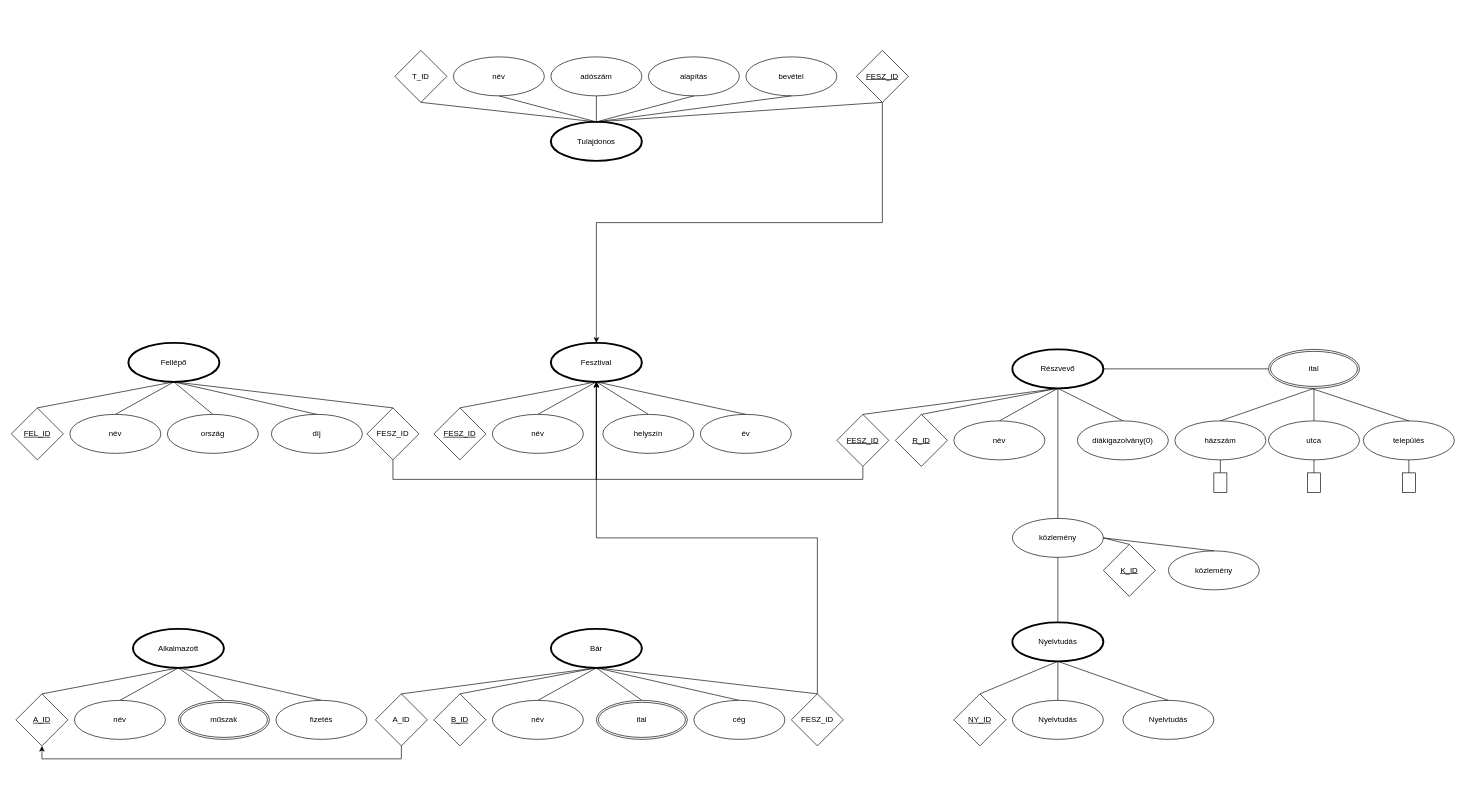
Before: JJL4WE_1018/fesztival_JJL4WE.drawio in hauerattilaarpad/JJL4WE_XMLGyak, a draw.io diagram. Source tidied: cells renumbered, new cells numbered last; positions are measured from the earlier drawing's top-left corner, leaving out a move shared by most shapes. Both pictures are drawn from the tidied source at 65%, with x=0, y=0 at pixel (11, 50).
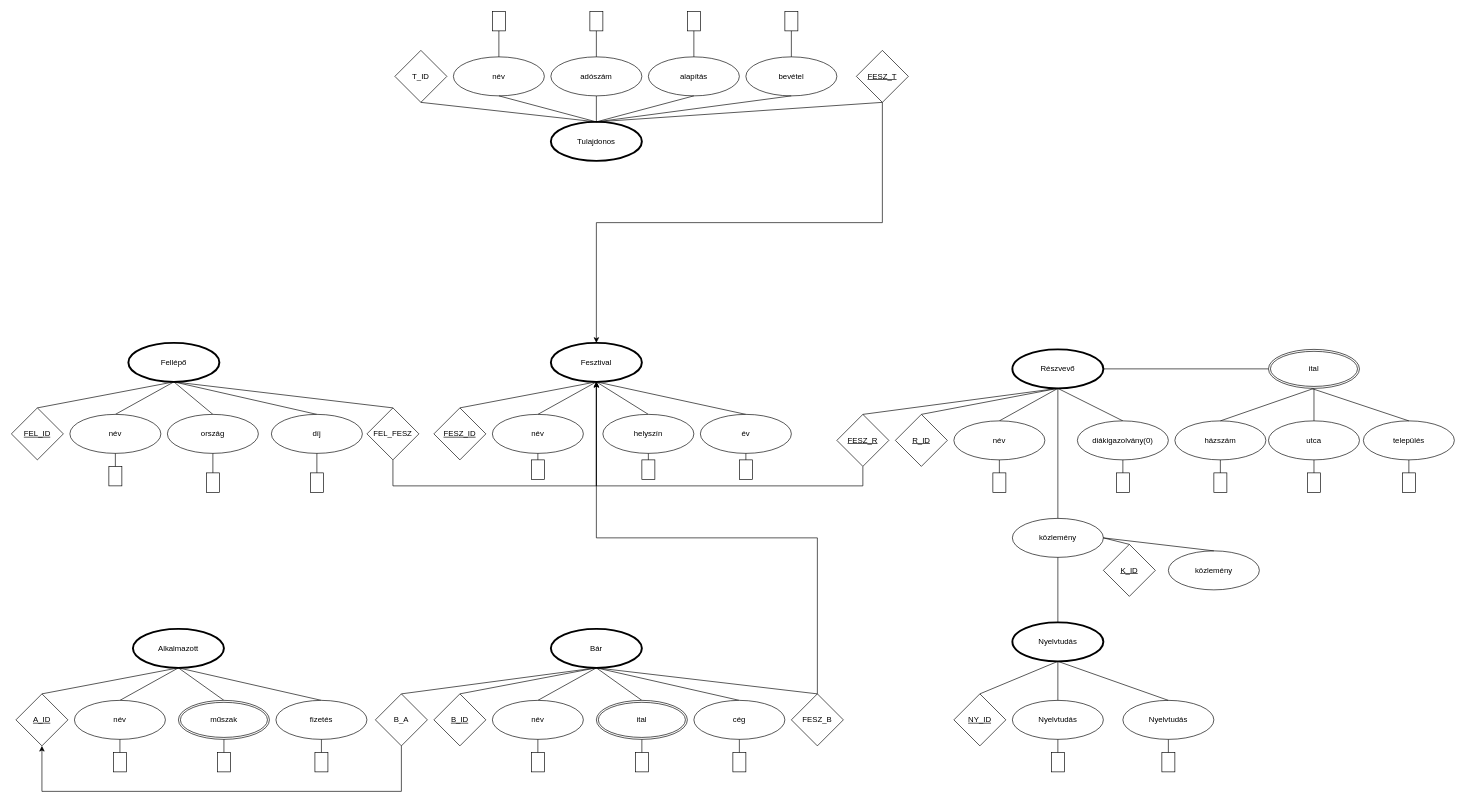
After the change.

Unchanged cells that the change refers to:
```xml
<mxCell id="2" value="Fesztival" style="ellipse;whiteSpace=wrap;html=1;perimeterSpacing=0;strokeWidth=3;" parent="1" vertex="1">
  <mxGeometry x="830" y="450" width="140" height="60" as="geometry" />
</mxCell>
<mxCell id="8" value="név" style="ellipse;whiteSpace=wrap;html=1;" parent="1" vertex="1">
  <mxGeometry x="740" y="560" width="140" height="60" as="geometry" />
</mxCell>
<mxCell id="9" value="helyszín" style="ellipse;whiteSpace=wrap;html=1;" parent="1" vertex="1">
  <mxGeometry x="910" y="560" width="140" height="60" as="geometry" />
</mxCell>
<mxCell id="10" value="év" style="ellipse;whiteSpace=wrap;html=1;" parent="1" vertex="1">
  <mxGeometry x="1060" y="560" width="140" height="60" as="geometry" />
</mxCell>
<mxCell id="17" value="név" style="ellipse;whiteSpace=wrap;html=1;" parent="1" vertex="1">
  <mxGeometry x="90" y="560" width="140" height="60" as="geometry" />
</mxCell>
<mxCell id="18" value="ország" style="ellipse;whiteSpace=wrap;html=1;" parent="1" vertex="1">
  <mxGeometry x="240" y="560" width="140" height="60" as="geometry" />
</mxCell>
<mxCell id="19" value="díj" style="ellipse;whiteSpace=wrap;html=1;" parent="1" vertex="1">
  <mxGeometry x="400" y="560" width="140" height="60" as="geometry" />
</mxCell>
<mxCell id="23" value="név" style="ellipse;whiteSpace=wrap;html=1;" parent="1" vertex="1">
  <mxGeometry x="680" y="10" width="140" height="60" as="geometry" />
</mxCell>
<mxCell id="25" value="adószám" style="ellipse;whiteSpace=wrap;html=1;" parent="1" vertex="1">
  <mxGeometry x="830" y="10" width="140" height="60" as="geometry" />
</mxCell>
<mxCell id="26" value="alapítás" style="ellipse;whiteSpace=wrap;html=1;" parent="1" vertex="1">
  <mxGeometry x="980" y="10" width="140" height="60" as="geometry" />
</mxCell>
<mxCell id="27" value="bevétel" style="ellipse;whiteSpace=wrap;html=1;" parent="1" vertex="1">
  <mxGeometry x="1130" y="10" width="140" height="60" as="geometry" />
</mxCell>
<mxCell id="38" value="név" style="ellipse;whiteSpace=wrap;html=1;" parent="1" vertex="1">
  <mxGeometry x="740" y="1000" width="140" height="60" as="geometry" />
</mxCell>
<mxCell id="39" value="cég" style="ellipse;whiteSpace=wrap;html=1;" parent="1" vertex="1">
  <mxGeometry x="1050" y="1000" width="140" height="60" as="geometry" />
</mxCell>
<mxCell id="40" value="ital" style="ellipse;shape=doubleEllipse;margin=3;whiteSpace=wrap;html=1;align=center;" parent="1" vertex="1">
  <mxGeometry x="900" y="1000" width="140" height="60" as="geometry" />
</mxCell>
<mxCell id="46" value="&lt;u&gt;A_ID&lt;/u&gt;" style="rhombus;whiteSpace=wrap;html=1;" parent="1" vertex="1">
  <mxGeometry x="7" y="990" width="80" height="80" as="geometry" />
</mxCell>
<mxCell id="47" value="név" style="ellipse;whiteSpace=wrap;html=1;" parent="1" vertex="1">
  <mxGeometry x="97" y="1000" width="140" height="60" as="geometry" />
</mxCell>
<mxCell id="48" value="fizetés" style="ellipse;whiteSpace=wrap;html=1;" parent="1" vertex="1">
  <mxGeometry x="407" y="1000" width="140" height="60" as="geometry" />
</mxCell>
<mxCell id="49" value="műszak" style="ellipse;shape=doubleEllipse;margin=3;whiteSpace=wrap;html=1;align=center;" parent="1" vertex="1">
  <mxGeometry x="257" y="1000" width="140" height="60" as="geometry" />
</mxCell>
<mxCell id="56" value="név" style="ellipse;whiteSpace=wrap;html=1;" parent="1" vertex="1">
  <mxGeometry x="1450" y="570" width="140" height="60" as="geometry" />
</mxCell>
<mxCell id="57" value="diákigazolvány(0)" style="ellipse;whiteSpace=wrap;html=1;" parent="1" vertex="1">
  <mxGeometry x="1640" y="570" width="140" height="60" as="geometry" />
</mxCell>
<mxCell id="87" value="Nyelvtudás" style="ellipse;whiteSpace=wrap;html=1;" parent="1" vertex="1">
  <mxGeometry x="1540" y="1000" width="140" height="60" as="geometry" />
</mxCell>
<mxCell id="88" value="Nyelvtudás" style="ellipse;whiteSpace=wrap;html=1;" parent="1" vertex="1">
  <mxGeometry x="1710" y="1000" width="140" height="60" as="geometry" />
</mxCell>
```

Change to the diagram source:
```diff
@@
     <mxCell id="70" style="edgeStyle=orthogonalEdgeStyle;rounded=0;jettySize=auto;html=1;exitX=0.5;exitY=1;exitDx=0;exitDy=0;" parent="1" edge="1" source="71">
       <mxGeometry relative="1" as="geometry">
         <mxPoint x="900" y="510" as="targetPoint" />
         <Array as="points">
-          <mxPoint x="587" y="660" />
-          <mxPoint x="900" y="660" />
+          <mxPoint x="587" y="670" />
+          <mxPoint x="900" y="670" />
         </Array>
       </mxGeometry>
     </mxCell>
-    <mxCell id="71" value="FESZ_ID" style="rhombus;whiteSpace=wrap;html=1;" parent="1" vertex="1">
+    <mxCell id="71" value="FEL_FESZ" style="rhombus;whiteSpace=wrap;html=1;" parent="1" vertex="1">
       <mxGeometry x="547" y="550" width="80" height="80" as="geometry" />
     </mxCell>
@@
     <mxCell id="73" style="edgeStyle=orthogonalEdgeStyle;rounded=0;jettySize=auto;html=1;exitX=0.5;exitY=1;exitDx=0;exitDy=0;" parent="1" edge="1" source="74" target="2">
-      <mxGeometry relative="1" as="geometry" />
+      <mxGeometry relative="1" as="geometry">
+        <Array as="points">
+          <mxPoint x="1310" y="670" />
+          <mxPoint x="900" y="670" />
+        </Array>
+      </mxGeometry>
     </mxCell>
-    <mxCell id="74" value="&lt;u&gt;FESZ_ID&lt;/u&gt;" style="rhombus;whiteSpace=wrap;html=1;" parent="1" vertex="1">
+    <mxCell id="74" value="&lt;u&gt;FESZ_R&lt;br&gt;&lt;/u&gt;" style="rhombus;whiteSpace=wrap;html=1;" parent="1" vertex="1">
       <mxGeometry x="1270" y="560" width="80" height="80" as="geometry" />
     </mxCell>
@@
-    <mxCell id="78" value="FESZ_ID" style="rhombus;whiteSpace=wrap;html=1;" parent="1" vertex="1">
+    <mxCell id="78" value="FESZ_B" style="rhombus;whiteSpace=wrap;html=1;" parent="1" vertex="1">
       <mxGeometry x="1200" y="990" width="80" height="80" as="geometry" />
     </mxCell>
@@
-    <mxCell id="81" value="&lt;u&gt;FESZ_ID&lt;/u&gt;" style="rhombus;whiteSpace=wrap;html=1;" parent="1" vertex="1">
+    <mxCell id="81" value="&lt;u&gt;FESZ_T&lt;br&gt;&lt;/u&gt;" style="rhombus;whiteSpace=wrap;html=1;" parent="1" vertex="1">
       <mxGeometry x="1300" width="80" height="80" as="geometry" />
     </mxCell>
@@
     <mxCell id="83" style="edgeStyle=orthogonalEdgeStyle;rounded=0;jettySize=auto;html=1;exitX=0.5;exitY=1;exitDx=0;exitDy=0;entryX=0.5;entryY=1;entryDx=0;entryDy=0;" parent="1" edge="1" source="84" target="46">
-      <mxGeometry relative="1" as="geometry" />
+      <mxGeometry relative="1" as="geometry">
+        <Array as="points">
+          <mxPoint x="600" y="1140" />
+          <mxPoint x="47" y="1140" />
+        </Array>
+      </mxGeometry>
     </mxCell>
-    <mxCell id="84" value="A_ID" style="rhombus;whiteSpace=wrap;html=1;" parent="1" vertex="1">
+    <mxCell id="84" value="B_A" style="rhombus;whiteSpace=wrap;html=1;" parent="1" vertex="1">
       <mxGeometry x="560" y="990" width="80" height="80" as="geometry" />
     </mxCell>
@@
+    <mxCell id="100" style="rounded=0;whiteSpace=wrap;html=1;" parent="1" vertex="1">
+      <mxGeometry x="460" y="650" width="20" height="30" as="geometry" />
+    </mxCell>
+    <mxCell id="101" style="rounded=0;whiteSpace=wrap;html=1;" parent="1" vertex="1">
+      <mxGeometry x="300" y="650" width="20" height="30" as="geometry" />
+    </mxCell>
+    <mxCell id="102" style="rounded=0;whiteSpace=wrap;html=1;" parent="1" vertex="1">
+      <mxGeometry x="150" y="640" width="20" height="30" as="geometry" />
+    </mxCell>
+    <mxCell id="103" style="rounded=0;whiteSpace=wrap;html=1;" parent="1" vertex="1">
+      <mxGeometry x="157" y="1080" width="20" height="30" as="geometry" />
+    </mxCell>
+    <mxCell id="104" style="rounded=0;whiteSpace=wrap;html=1;" parent="1" vertex="1">
+      <mxGeometry x="317" y="1080" width="20" height="30" as="geometry" />
+    </mxCell>
+    <mxCell id="105" style="rounded=0;whiteSpace=wrap;html=1;" parent="1" vertex="1">
+      <mxGeometry x="467" y="1080" width="20" height="30" as="geometry" />
+    </mxCell>
+    <mxCell id="106" style="rounded=0;whiteSpace=wrap;html=1;" parent="1" vertex="1">
+      <mxGeometry x="800" y="1080" width="20" height="30" as="geometry" />
+    </mxCell>
+    <mxCell id="107" style="rounded=0;whiteSpace=wrap;html=1;" parent="1" vertex="1">
+      <mxGeometry x="960" y="1080" width="20" height="30" as="geometry" />
+    </mxCell>
+    <mxCell id="108" style="rounded=0;whiteSpace=wrap;html=1;" parent="1" vertex="1">
+      <mxGeometry x="1110" y="1080" width="20" height="30" as="geometry" />
+    </mxCell>
+    <mxCell id="109" style="rounded=0;whiteSpace=wrap;html=1;" parent="1" vertex="1">
+      <mxGeometry x="1600" y="1080" width="20" height="30" as="geometry" />
+    </mxCell>
+    <mxCell id="110" style="rounded=0;whiteSpace=wrap;html=1;" parent="1" vertex="1">
+      <mxGeometry x="1770" y="1080" width="20" height="30" as="geometry" />
+    </mxCell>
+    <mxCell id="111" style="rounded=0;whiteSpace=wrap;html=1;" parent="1" vertex="1">
+      <mxGeometry x="1700" y="650" width="20" height="30" as="geometry" />
+    </mxCell>
+    <mxCell id="112" style="rounded=0;whiteSpace=wrap;html=1;" parent="1" vertex="1">
+      <mxGeometry x="1510" y="650" width="20" height="30" as="geometry" />
+    </mxCell>
+    <mxCell id="113" style="endArrow=none;html=1;rounded=0;exitX=0.5;exitY=1;exitDx=0;exitDy=0;entryX=0.5;entryY=0;entryDx=0;entryDy=0;" parent="1" edge="1" source="56" target="112">
+      <mxGeometry relative="1" as="geometry" />
+    </mxCell>
+    <mxCell id="114" style="endArrow=none;html=1;rounded=0;exitX=0.5;exitY=1;exitDx=0;exitDy=0;entryX=0.5;entryY=0;entryDx=0;entryDy=0;" parent="1" edge="1" source="57" target="111">
+      <mxGeometry relative="1" as="geometry" />
+    </mxCell>
+    <mxCell id="115" style="endArrow=none;html=1;rounded=0;exitX=0.5;exitY=1;exitDx=0;exitDy=0;entryX=0.5;entryY=0;entryDx=0;entryDy=0;" parent="1" edge="1" source="87" target="109">
+      <mxGeometry relative="1" as="geometry" />
+    </mxCell>
+    <mxCell id="116" style="endArrow=none;html=1;rounded=0;exitX=0.5;exitY=0;exitDx=0;exitDy=0;entryX=0.5;entryY=1;entryDx=0;entryDy=0;" parent="1" edge="1" source="110" target="88">
+      <mxGeometry relative="1" as="geometry" />
+    </mxCell>
+    <mxCell id="117" style="endArrow=none;html=1;rounded=0;exitX=0.5;exitY=0;exitDx=0;exitDy=0;entryX=0.5;entryY=1;entryDx=0;entryDy=0;" parent="1" edge="1" source="108" target="39">
+      <mxGeometry relative="1" as="geometry" />
+    </mxCell>
+    <mxCell id="118" style="endArrow=none;html=1;rounded=0;exitX=0.5;exitY=0;exitDx=0;exitDy=0;entryX=0.5;entryY=1;entryDx=0;entryDy=0;" parent="1" edge="1" source="107" target="40">
+      <mxGeometry relative="1" as="geometry" />
+    </mxCell>
+    <mxCell id="119" style="endArrow=none;html=1;rounded=0;exitX=0.5;exitY=0;exitDx=0;exitDy=0;entryX=0.5;entryY=1;entryDx=0;entryDy=0;" parent="1" edge="1" source="106" target="38">
+      <mxGeometry relative="1" as="geometry" />
+    </mxCell>
+    <mxCell id="120" style="endArrow=none;html=1;rounded=0;exitX=0.5;exitY=0;exitDx=0;exitDy=0;entryX=0.5;entryY=1;entryDx=0;entryDy=0;" parent="1" edge="1" source="105" target="48">
+      <mxGeometry relative="1" as="geometry" />
+    </mxCell>
+    <mxCell id="121" style="endArrow=none;html=1;rounded=0;exitX=0.5;exitY=0;exitDx=0;exitDy=0;entryX=0.5;entryY=1;entryDx=0;entryDy=0;" parent="1" edge="1" source="104" target="49">
+      <mxGeometry relative="1" as="geometry" />
+    </mxCell>
+    <mxCell id="122" style="endArrow=none;html=1;rounded=0;exitX=0.5;exitY=0;exitDx=0;exitDy=0;entryX=0.5;entryY=1;entryDx=0;entryDy=0;" parent="1" edge="1" source="103" target="47">
+      <mxGeometry relative="1" as="geometry" />
+    </mxCell>
+    <mxCell id="123" style="endArrow=none;html=1;rounded=0;exitX=0.5;exitY=0;exitDx=0;exitDy=0;entryX=0.5;entryY=1;entryDx=0;entryDy=0;" parent="1" edge="1" source="102" target="17">
+      <mxGeometry relative="1" as="geometry" />
+    </mxCell>
+    <mxCell id="124" style="endArrow=none;html=1;rounded=0;exitX=0.5;exitY=0;exitDx=0;exitDy=0;entryX=0.5;entryY=1;entryDx=0;entryDy=0;" parent="1" edge="1" source="101" target="18">
+      <mxGeometry relative="1" as="geometry" />
+    </mxCell>
+    <mxCell id="125" style="endArrow=none;html=1;rounded=0;exitX=0.5;exitY=0;exitDx=0;exitDy=0;entryX=0.5;entryY=1;entryDx=0;entryDy=0;" parent="1" edge="1" source="100" target="19">
+      <mxGeometry relative="1" as="geometry" />
+    </mxCell>
+    <mxCell id="126" style="rounded=0;whiteSpace=wrap;html=1;" parent="1" vertex="1">
+      <mxGeometry x="740" y="-60" width="20" height="30" as="geometry" />
+    </mxCell>
+    <mxCell id="127" style="rounded=0;whiteSpace=wrap;html=1;" parent="1" vertex="1">
+      <mxGeometry x="890" y="-60" width="20" height="30" as="geometry" />
+    </mxCell>
+    <mxCell id="128" style="rounded=0;whiteSpace=wrap;html=1;" parent="1" vertex="1">
+      <mxGeometry x="1040" y="-60" width="20" height="30" as="geometry" />
+    </mxCell>
+    <mxCell id="129" style="rounded=0;whiteSpace=wrap;html=1;" parent="1" vertex="1">
+      <mxGeometry x="1190" y="-60" width="20" height="30" as="geometry" />
+    </mxCell>
+    <mxCell id="130" style="endArrow=none;html=1;rounded=0;exitX=0.5;exitY=0;exitDx=0;exitDy=0;entryX=0.5;entryY=1;entryDx=0;entryDy=0;" parent="1" edge="1" source="23" target="126">
+      <mxGeometry relative="1" as="geometry" />
+    </mxCell>
+    <mxCell id="131" style="endArrow=none;html=1;rounded=0;exitX=0.5;exitY=0;exitDx=0;exitDy=0;entryX=0.5;entryY=1;entryDx=0;entryDy=0;" parent="1" edge="1" source="25" target="127">
+      <mxGeometry relative="1" as="geometry" />
+    </mxCell>
+    <mxCell id="132" style="endArrow=none;html=1;rounded=0;exitX=0.5;exitY=0;exitDx=0;exitDy=0;entryX=0.5;entryY=1;entryDx=0;entryDy=0;" parent="1" edge="1" source="26" target="128">
+      <mxGeometry relative="1" as="geometry" />
+    </mxCell>
+    <mxCell id="133" style="endArrow=none;html=1;rounded=0;exitX=0.5;exitY=0;exitDx=0;exitDy=0;entryX=0.5;entryY=1;entryDx=0;entryDy=0;" parent="1" edge="1" source="27" target="129">
+      <mxGeometry relative="1" as="geometry" />
+    </mxCell>
+    <mxCell id="134" style="rounded=0;whiteSpace=wrap;html=1;" parent="1" vertex="1">
+      <mxGeometry x="800" y="630" width="20" height="30" as="geometry" />
+    </mxCell>
+    <mxCell id="135" style="rounded=0;whiteSpace=wrap;html=1;" parent="1" vertex="1">
+      <mxGeometry x="970" y="630" width="20" height="30" as="geometry" />
+    </mxCell>
+    <mxCell id="136" style="rounded=0;whiteSpace=wrap;html=1;" parent="1" vertex="1">
+      <mxGeometry x="1120" y="630" width="20" height="30" as="geometry" />
+    </mxCell>
+    <mxCell id="137" style="endArrow=none;html=1;rounded=0;exitX=0.5;exitY=0;exitDx=0;exitDy=0;entryX=0.5;entryY=1;entryDx=0;entryDy=0;" parent="1" edge="1" source="134" target="8">
+      <mxGeometry relative="1" as="geometry" />
+    </mxCell>
+    <mxCell id="138" style="endArrow=none;html=1;rounded=0;exitX=0.5;exitY=0;exitDx=0;exitDy=0;entryX=0.5;entryY=1;entryDx=0;entryDy=0;" parent="1" edge="1" source="135" target="9">
+      <mxGeometry relative="1" as="geometry" />
+    </mxCell>
+    <mxCell id="139" style="endArrow=none;html=1;rounded=0;exitX=0.5;exitY=0;exitDx=0;exitDy=0;entryX=0.5;entryY=1;entryDx=0;entryDy=0;" parent="1" edge="1" source="136" target="10">
+      <mxGeometry relative="1" as="geometry" />
+    </mxCell>
```
